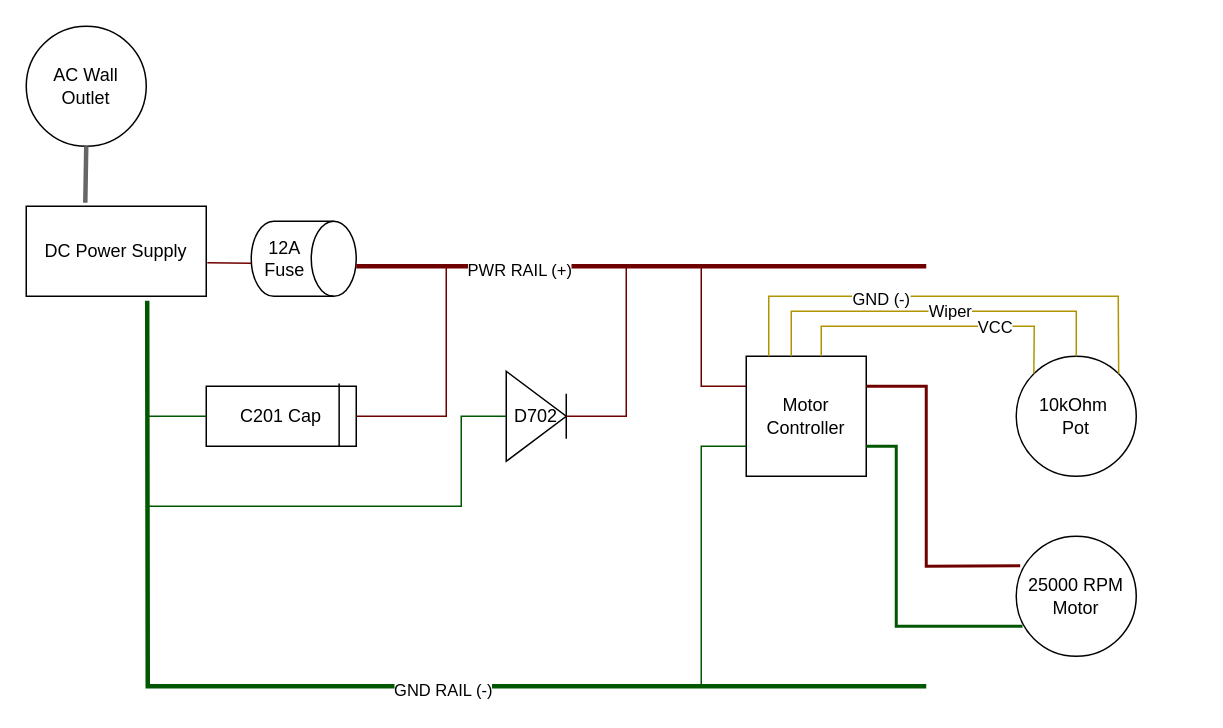
Above: box_diagram_EF.drawio in EganO11/atlas_fume_extraction (draw.io), before the change. Source tidied: cells renumbered, new cells numbered last; positions are measured from the earlier drawing's top-left corner, leaving out a move shared by most shapes. Both pictures are drawn from the tidied source at 150%, with x=0, y=0 at pixel (26, 26).
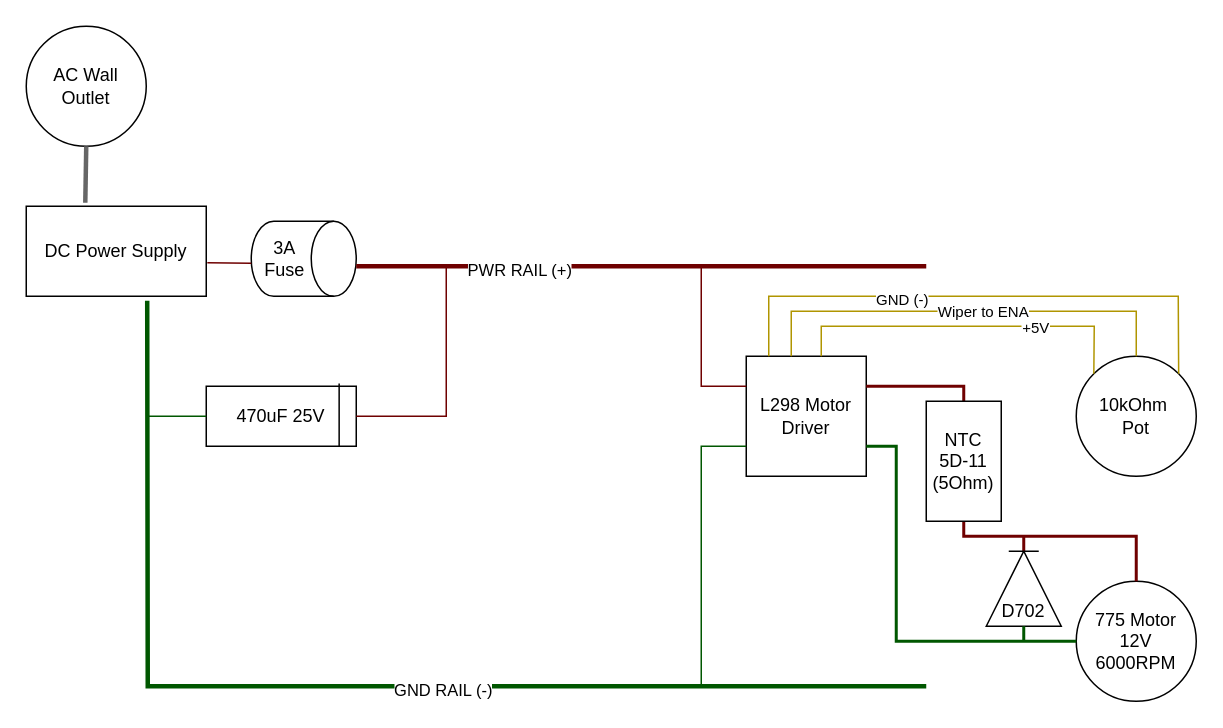
The same page after the edit.

What changed in the source:
```diff
@@
-    <mxCell id="3" value="C201 Cap" style="rounded=0;whiteSpace=wrap;html=1;" parent="1" vertex="1">
+    <mxCell id="3" value="470uF 25V" style="rounded=0;whiteSpace=wrap;html=1;" parent="1" vertex="1">
       <mxGeometry x="120" y="240" width="100" height="40" as="geometry" />
     </mxCell>
@@
-    <mxCell id="6" value="12A Fuse" style="shape=cylinder3;whiteSpace=wrap;html=1;boundedLbl=1;backgroundOutline=1;size=15;direction=south;" parent="1" vertex="1">
+    <mxCell id="6" value="3&lt;span style=&quot;background-color: transparent; color: light-dark(rgb(0, 0, 0), rgb(255, 255, 255));&quot;&gt;A Fuse&lt;/span&gt;" style="shape=cylinder3;whiteSpace=wrap;html=1;boundedLbl=1;backgroundOutline=1;size=15;direction=south;" parent="1" vertex="1">
       <mxGeometry x="150" y="130" width="70" height="50" as="geometry" />
     </mxCell>
@@
-    <mxCell id="14" value="D702" style="triangle;whiteSpace=wrap;html=1;" parent="1" vertex="1">
-      <mxGeometry x="320" y="230" width="40" height="60" as="geometry" />
-    </mxCell>
-    <mxCell id="15" style="endArrow=none;html=1;rounded=0;" parent="1" edge="1">
-      <mxGeometry relative="1" as="geometry">
-        <mxPoint x="360" y="275" as="sourcePoint" />
-        <mxPoint x="360" y="245" as="targetPoint" />
-      </mxGeometry>
-    </mxCell>
-    <mxCell id="16" style="endArrow=none;html=1;rounded=0;fillColor=#a20025;strokeColor=#6F0000;" parent="1" edge="1">
-      <mxGeometry relative="1" as="geometry">
-        <mxPoint x="360" y="260" as="sourcePoint" />
-        <mxPoint x="400" y="160" as="targetPoint" />
-        <Array as="points">
-          <mxPoint x="400" y="260" />
-        </Array>
-      </mxGeometry>
-    </mxCell>
-    <mxCell id="17" style="endArrow=none;html=1;rounded=0;exitX=0;exitY=0.5;exitDx=0;exitDy=0;fillColor=#008a00;strokeColor=#005700;" parent="1" edge="1" source="14">
-      <mxGeometry relative="1" as="geometry">
-        <mxPoint x="80" y="320" as="targetPoint" />
-        <Array as="points">
-          <mxPoint x="290" y="260" />
-          <mxPoint x="290" y="320" />
-        </Array>
-      </mxGeometry>
-    </mxCell>
-    <mxCell id="18" value="Motor Controller" style="whiteSpace=wrap;html=1;" parent="1" vertex="1">
+    <mxCell id="18" value="L298 Motor Driver" style="whiteSpace=wrap;html=1;" parent="1" vertex="1">
       <mxGeometry x="480" y="220" width="80" height="80" as="geometry" />
     </mxCell>
@@
-    <mxCell id="21" value="25000 RPM Motor" style="ellipse;whiteSpace=wrap;html=1;" parent="1" vertex="1">
-      <mxGeometry x="660" y="340" width="80" height="80" as="geometry" />
+    <mxCell id="21" value="775 Motor 12V 6000RPM" style="ellipse;whiteSpace=wrap;html=1;" parent="1" vertex="1">
+      <mxGeometry x="700" y="370" width="80" height="80" as="geometry" />
     </mxCell>
-    <mxCell id="22" style="endArrow=none;html=1;rounded=0;entryX=0.052;entryY=0.75;entryDx=0;entryDy=0;entryPerimeter=0;fillColor=#008a00;strokeColor=#005700;strokeWidth=2;" parent="1" edge="1" target="21">
+    <mxCell id="22" style="endArrow=none;html=1;rounded=0;entryX=0;entryY=0.5;entryDx=0;entryDy=0;fillColor=#008a00;strokeColor=#005700;strokeWidth=2;" parent="1" edge="1" target="21">
       <mxGeometry relative="1" as="geometry">
         <mxPoint x="560" y="280" as="sourcePoint" />
         <Array as="points">
           <mxPoint x="580" y="280" />
-          <mxPoint x="580" y="400" />
+          <mxPoint x="580" y="410" />
         </Array>
       </mxGeometry>
     </mxCell>
-    <mxCell id="23" style="endArrow=none;html=1;rounded=0;entryX=0.033;entryY=0.246;entryDx=0;entryDy=0;entryPerimeter=0;fillColor=#a20025;strokeColor=#6F0000;strokeWidth=2;" parent="1" edge="1" target="21">
-      <mxGeometry relative="1" as="geometry">
-        <mxPoint x="560" y="240" as="sourcePoint" />
-        <Array as="points">
-          <mxPoint x="600" y="240" />
-          <mxPoint x="600" y="360" />
-        </Array>
-      </mxGeometry>
-    </mxCell>
     <mxCell id="24" value="10kOhm&amp;nbsp;&lt;div&gt;Pot&lt;/div&gt;" style="ellipse;whiteSpace=wrap;html=1;" parent="1" vertex="1">
-      <mxGeometry x="660" y="220" width="80" height="80" as="geometry" />
+      <mxGeometry x="700" y="220" width="80" height="80" as="geometry" />
     </mxCell>
     <mxCell id="25" style="endArrow=none;html=1;rounded=0;entryX=0;entryY=0;entryDx=0;entryDy=0;fillColor=#e3c800;strokeColor=#B09500;" parent="1" edge="1" target="24">
       <mxGeometry relative="1" as="geometry">
         <mxPoint x="530" y="220" as="sourcePoint" />
         <Array as="points">
           <mxPoint x="530" y="200" />
-          <mxPoint x="672" y="200" />
+          <mxPoint x="712" y="200" />
         </Array>
       </mxGeometry>
     </mxCell>
-    <mxCell id="26" value="VCC" style="edgeLabel;html=1;align=center;verticalAlign=middle;" parent="25" vertex="1">
+    <mxCell id="26" value="+5V" style="edgeLabel;html=1;align=center;verticalAlign=middle;fontSize=10;" parent="25" vertex="1">
       <mxGeometry x="0.39" relative="1" as="geometry" />
     </mxCell>
     <mxCell id="27" style="endArrow=none;html=1;rounded=0;entryX=0.5;entryY=0;entryDx=0;entryDy=0;fillColor=#e3c800;strokeColor=#B09500;" parent="1" edge="1" target="24">
       <mxGeometry relative="1" as="geometry">
         <mxPoint x="510" y="220" as="sourcePoint" />
         <Array as="points">
           <mxPoint x="510" y="190" />
-          <mxPoint x="700" y="190" />
+          <mxPoint x="740" y="190" />
         </Array>
       </mxGeometry>
     </mxCell>
-    <mxCell id="28" value="Wiper" style="edgeLabel;html=1;align=center;verticalAlign=middle;" parent="27" vertex="1">
+    <mxCell id="28" value="Wiper to ENA" style="edgeLabel;html=1;align=center;verticalAlign=middle;fontSize=10;" parent="27" vertex="1">
       <mxGeometry x="0.08" y="1" relative="1" as="geometry" />
     </mxCell>
     <mxCell id="29" style="endArrow=none;html=1;rounded=0;entryX=1;entryY=0;entryDx=0;entryDy=0;fillColor=#e3c800;strokeColor=#B09500;" parent="1" edge="1" target="24">
       <mxGeometry relative="1" as="geometry">
         <mxPoint x="495" y="220" as="sourcePoint" />
         <Array as="points">
           <mxPoint x="495" y="180" />
-          <mxPoint x="728" y="180" />
+          <mxPoint x="768" y="180" />
         </Array>
       </mxGeometry>
     </mxCell>
-    <mxCell id="30" value="GND (-)" style="edgeLabel;html=1;align=center;verticalAlign=middle;" parent="29" vertex="1">
+    <mxCell id="30" value="GND (-)" style="edgeLabel;html=1;align=center;verticalAlign=middle;fontSize=10;" parent="29" vertex="1">
       <mxGeometry x="-0.3" y="-1" relative="1" as="geometry" />
     </mxCell>
@@
+    <mxCell id="32" style="endArrow=none;html=1;rounded=0;fillColor=#a20025;strokeColor=#6F0000;strokeWidth=2;entryX=0;entryY=0.5;entryDx=0;entryDy=0;" parent="1" edge="1" target="34">
+      <mxGeometry relative="1" as="geometry">
+        <mxPoint x="560" y="240" as="sourcePoint" />
+        <Array as="points">
+          <mxPoint x="625" y="240" />
+        </Array>
+      </mxGeometry>
+    </mxCell>
+    <mxCell id="33" style="edgeStyle=orthogonalEdgeStyle;rounded=0;jettySize=auto;html=1;fillColor=#a20025;strokeColor=#6F0000;strokeWidth=2;endArrow=none;endFill=0;exitX=1;exitY=0.5;exitDx=0;exitDy=0;entryX=0.5;entryY=0;entryDx=0;entryDy=0;" parent="1" edge="1" source="34" target="21">
+      <mxGeometry relative="1" as="geometry">
+        <Array as="points">
+          <mxPoint x="625" y="340" />
+          <mxPoint x="740" y="340" />
+        </Array>
+      </mxGeometry>
+    </mxCell>
+    <mxCell id="34" value="NTC&lt;div&gt;5D-11&lt;/div&gt;&lt;div&gt;(5Ohm)&lt;/div&gt;" style="rounded=0;whiteSpace=wrap;html=1;direction=south;" parent="1" vertex="1">
+      <mxGeometry x="600" y="250" width="50" height="80" as="geometry" />
+    </mxCell>
+    <mxCell id="14" value="&lt;div&gt;&lt;br&gt;&lt;/div&gt;&lt;div&gt;&lt;br&gt;&lt;/div&gt;D702" style="triangle;whiteSpace=wrap;html=1;direction=north;" parent="1" vertex="1">
+      <mxGeometry x="640" y="350" width="50" height="50" as="geometry" />
+    </mxCell>
+    <mxCell id="35" style="endArrow=none;html=1;rounded=0;fillColor=#a20025;strokeColor=#6F0000;exitX=1;exitY=0.5;exitDx=0;exitDy=0;strokeWidth=2;" parent="1" edge="1" source="14">
+      <mxGeometry relative="1" as="geometry">
+        <mxPoint x="665" y="340" as="targetPoint" />
+      </mxGeometry>
+    </mxCell>
+    <mxCell id="36" style="endArrow=none;html=1;rounded=0;entryX=0;entryY=0.5;entryDx=0;entryDy=0;fillColor=#008a00;strokeColor=#005700;strokeWidth=2;" parent="1" edge="1" target="14">
+      <mxGeometry relative="1" as="geometry">
+        <mxPoint x="665" y="410" as="sourcePoint" />
+      </mxGeometry>
+    </mxCell>
+    <mxCell id="37" style="endArrow=none;html=1;rounded=0;" parent="1" edge="1">
+      <mxGeometry relative="1" as="geometry">
+        <mxPoint x="675" y="350" as="sourcePoint" />
+        <mxPoint x="655" y="350" as="targetPoint" />
+        <Array as="points">
+          <mxPoint x="675" y="350" />
+        </Array>
+      </mxGeometry>
+    </mxCell>
```
